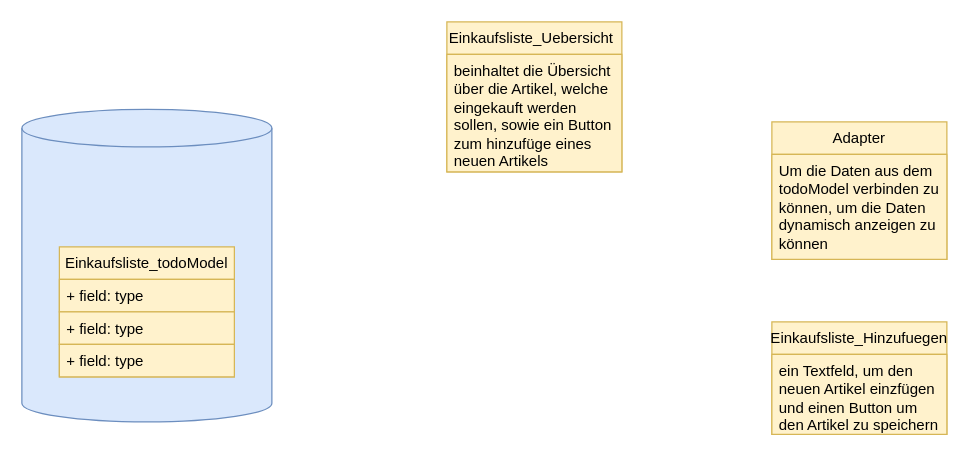
The draw.io diagram Einkaufsliste.drawio in franzi17/Systemanalyse, before the edit. Source tidied: cells renumbered, new cells numbered last; positions are measured from the earlier drawing's top-left corner, leaving out a move shared by most shapes. Both pictures are drawn from the tidied source at 125%, with x=0, y=0 at pixel (21, 21).
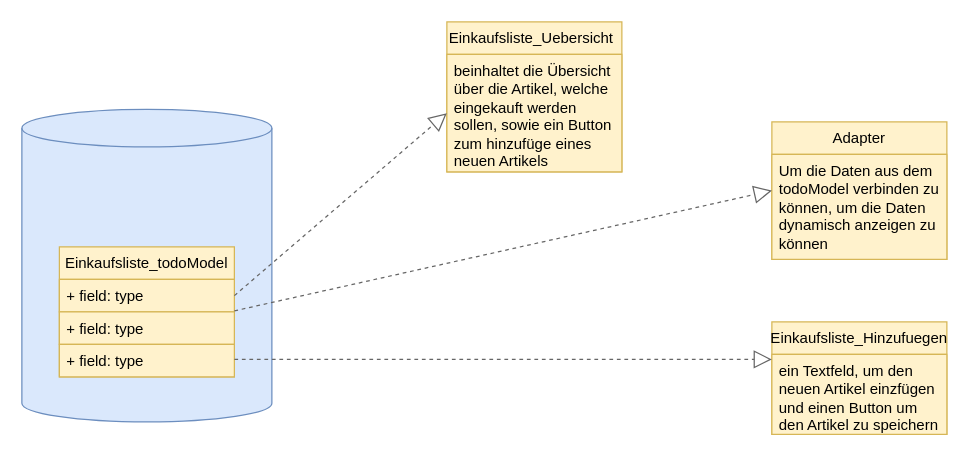
After the change.

Diff of the diagram source:
```diff
@@
 <mxGraphModel>
   <root>
     <mxCell id="0" />
     <mxCell id="1" parent="0" />
     <mxCell id="2" style="shape=cylinder3;whiteSpace=wrap;html=1;boundedLbl=1;backgroundOutline=1;size=15;fillColor=#dae8fc;strokeColor=#6c8ebf;" parent="1" vertex="1">
       <mxGeometry y="70" width="200" height="250" as="geometry" />
     </mxCell>
     <mxCell id="3" value="Einkaufsliste_Uebersicht" style="swimlane;fontStyle=0;horizontal=1;startSize=26;fillColor=#fff2cc;whiteSpace=wrap;html=1;align=left;strokeColor=#d6b656;" parent="1" vertex="1">
       <mxGeometry x="340" width="140" height="120" as="geometry" />
     </mxCell>
     <mxCell id="4" value="&lt;span style=&quot;background-color: initial;&quot;&gt;beinhaltet die Übersicht über die Artikel, welche eingekauft werden sollen, sowie ein Button zum hinzufüge eines neuen Artikels&lt;/span&gt;" style="text;strokeColor=#d6b656;fillColor=#fff2cc;align=left;verticalAlign=top;spacingLeft=4;spacingRight=4;overflow=hidden;points=[[0,0.5],[1,0.5]];portConstraint=eastwest;whiteSpace=wrap;html=1;horizontal=1;" parent="3" vertex="1">
       <mxGeometry y="26" width="140" height="94" as="geometry" />
     </mxCell>
     <mxCell id="5" value="Einkaufsliste_Hinzufuegen" style="swimlane;fontStyle=0;horizontal=1;startSize=26;fillColor=#fff2cc;whiteSpace=wrap;html=1;strokeColor=#d6b656;" parent="1" vertex="1">
       <mxGeometry x="600" y="240" width="140" height="90" as="geometry" />
     </mxCell>
     <mxCell id="6" value="ein Textfeld, um den neuen Artikel einzfügen und einen Button um den Artikel zu speichern" style="text;strokeColor=#d6b656;fillColor=#fff2cc;align=left;verticalAlign=top;spacingLeft=4;spacingRight=4;overflow=hidden;whiteSpace=wrap;html=1;" parent="5" vertex="1">
       <mxGeometry y="26" width="140" height="64" as="geometry" />
     </mxCell>
     <mxCell id="7" value="Einkaufsliste_todoModel" style="swimlane;fontStyle=0;horizontal=1;startSize=26;fillColor=#fff2cc;whiteSpace=wrap;html=1;strokeColor=#d6b656;" parent="1" vertex="1">
       <mxGeometry x="30" y="180" width="140" height="104" as="geometry" />
     </mxCell>
     <mxCell id="8" value="+ field: type" style="text;strokeColor=#d6b656;fillColor=#fff2cc;align=left;verticalAlign=top;spacingLeft=4;spacingRight=4;overflow=hidden;points=[[0,0.5],[1,0.5]];portConstraint=eastwest;whiteSpace=wrap;html=1;" parent="7" vertex="1">
       <mxGeometry y="26" width="140" height="26" as="geometry" />
     </mxCell>
     <mxCell id="9" value="+ field: type" style="text;strokeColor=#d6b656;fillColor=#fff2cc;align=left;verticalAlign=top;spacingLeft=4;spacingRight=4;overflow=hidden;whiteSpace=wrap;html=1;" parent="7" vertex="1">
       <mxGeometry y="52" width="140" height="26" as="geometry" />
     </mxCell>
     <mxCell id="10" value="+ field: type" style="text;strokeColor=#d6b656;fillColor=#fff2cc;align=left;verticalAlign=top;spacingLeft=4;spacingRight=4;overflow=hidden;whiteSpace=wrap;html=1;" parent="7" vertex="1">
       <mxGeometry y="78" width="140" height="26" as="geometry" />
     </mxCell>
     <mxCell id="11" value="Adapter" style="swimlane;fontStyle=0;horizontal=1;startSize=26;fillColor=#fff2cc;whiteSpace=wrap;html=1;strokeColor=#d6b656;" parent="1" vertex="1">
       <mxGeometry x="600" y="80" width="140" height="110" as="geometry" />
     </mxCell>
     <mxCell id="12" value="Um die Daten aus dem todoModel verbinden zu können, um die Daten dynamisch anzeigen zu können" style="text;strokeColor=#d6b656;fillColor=#fff2cc;align=left;verticalAlign=top;spacingLeft=4;spacingRight=4;overflow=hidden;whiteSpace=wrap;html=1;" parent="11" vertex="1">
       <mxGeometry y="26" width="140" height="84" as="geometry" />
     </mxCell>
+    <mxCell id="13" style="endArrow=block;dashed=1;endFill=0;endSize=12;html=1;rounded=0;entryX=0;entryY=0;entryDx=0;entryDy=0;fillColor=#f5f5f5;strokeColor=#666666;" parent="1" edge="1">
+      <mxGeometry relative="1" as="geometry">
+        <mxPoint x="170" y="270" as="sourcePoint" />
+        <mxPoint x="600" y="270" as="targetPoint" />
+        <Array as="points">
+          <mxPoint x="390" y="270" />
+        </Array>
+      </mxGeometry>
+    </mxCell>
+    <mxCell id="14" style="endArrow=block;dashed=1;endFill=0;endSize=12;html=1;rounded=0;entryX=0;entryY=0.5;entryDx=0;entryDy=0;fillColor=#f5f5f5;strokeColor=#666666;" parent="1" edge="1" target="11">
+      <mxGeometry relative="1" as="geometry">
+        <mxPoint x="170" y="231.2" as="sourcePoint" />
+      </mxGeometry>
+    </mxCell>
+    <mxCell id="15" style="endArrow=block;dashed=1;endFill=0;endSize=12;html=1;rounded=0;entryX=0;entryY=0.5;entryDx=0;entryDy=0;exitX=1;exitY=0.5;exitDx=0;exitDy=0;fillColor=#f5f5f5;strokeColor=#666666;" parent="1" edge="1" source="8" target="4">
+      <mxGeometry relative="1" as="geometry" />
+    </mxCell>
   </root>
 </mxGraphModel>
```
